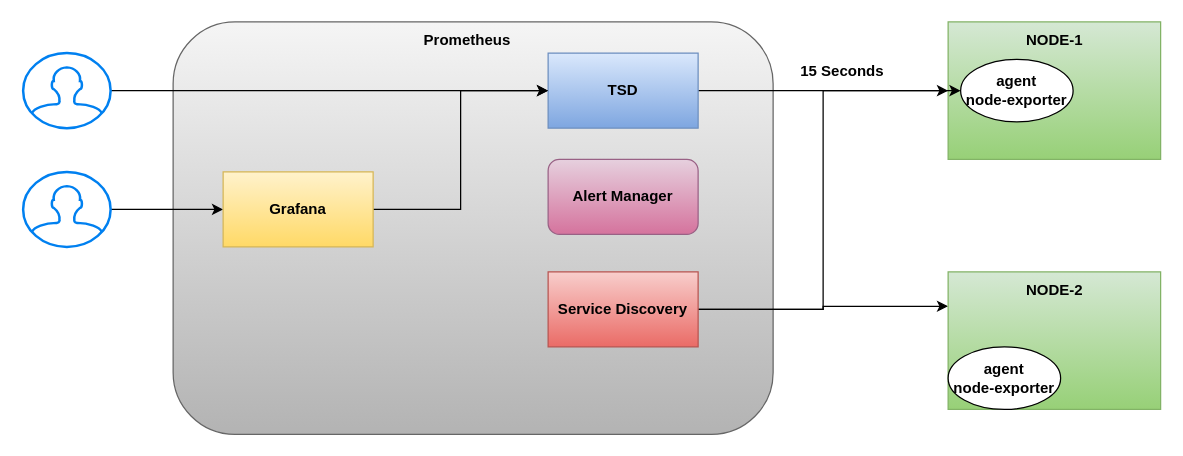
Before: prometheus.drawio in DAWS-82S/diagrams, a draw.io diagram. Source tidied: cells renumbered, new cells numbered last; positions are measured from the earlier drawing's top-left corner, leaving out a move shared by most shapes. Both pictures are drawn from the tidied source at 125%, with x=0, y=0 at pixel (22, 21).
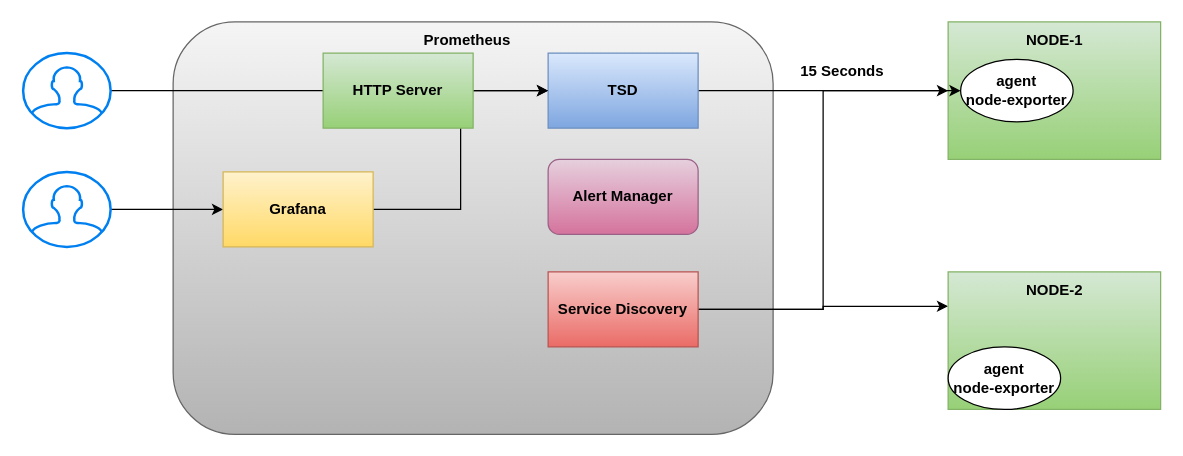
The same page after the edit.

Commit message (it also covers changes not shown here):
hello world started

The edit, as a diff of the source:
```diff
@@
+    <mxCell id="23" value="&lt;b&gt;HTTP Server&lt;/b&gt;" style="rounded=0;whiteSpace=wrap;html=1;fillColor=#d5e8d4;strokeColor=#82b366;gradientColor=#97d077;" parent="1" vertex="1">
+      <mxGeometry x="240" y="25" width="120" height="60" as="geometry" />
+    </mxCell>
```
